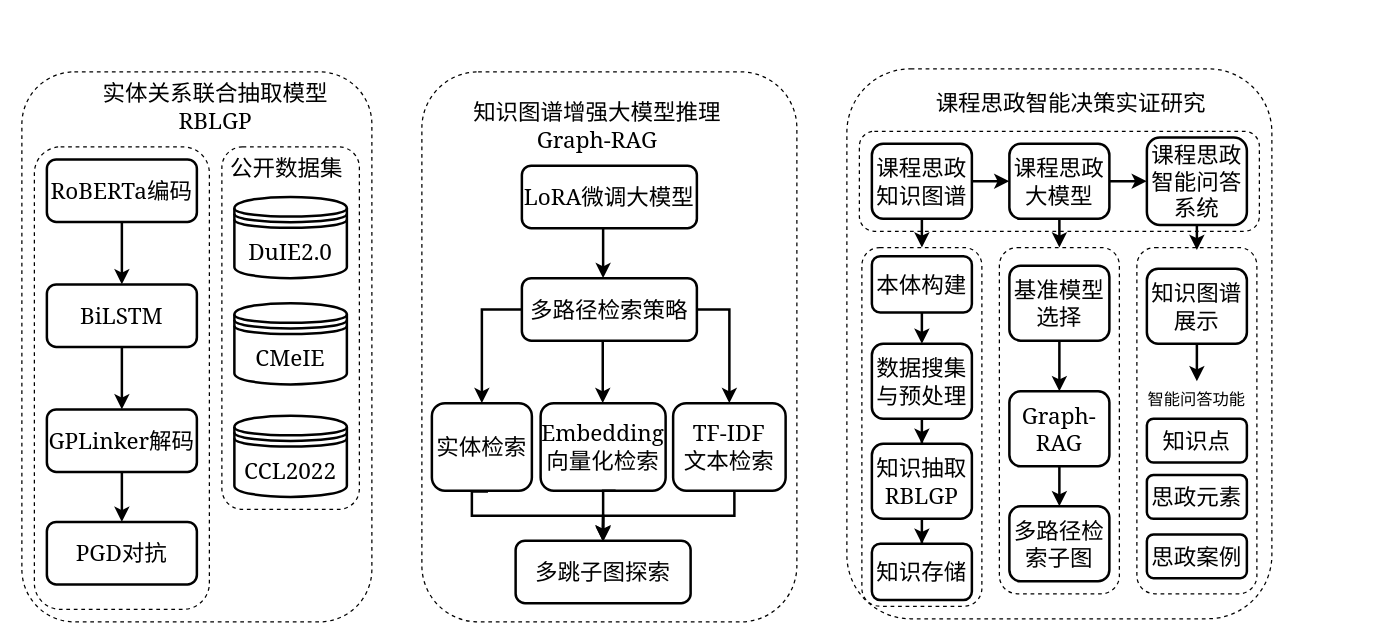
This is “知识图谱+RAG“论文整体技术框架图.drawio from handsome-tony/picture, a draw.io file, before an edit. Source tidied: cells renumbered, new cells numbered last; positions are measured from the earlier drawing's top-left corner, leaving out a move shared by most shapes. Both pictures are drawn from the tidied source at 125%, with x=0, y=0 at pixel (21, 69).
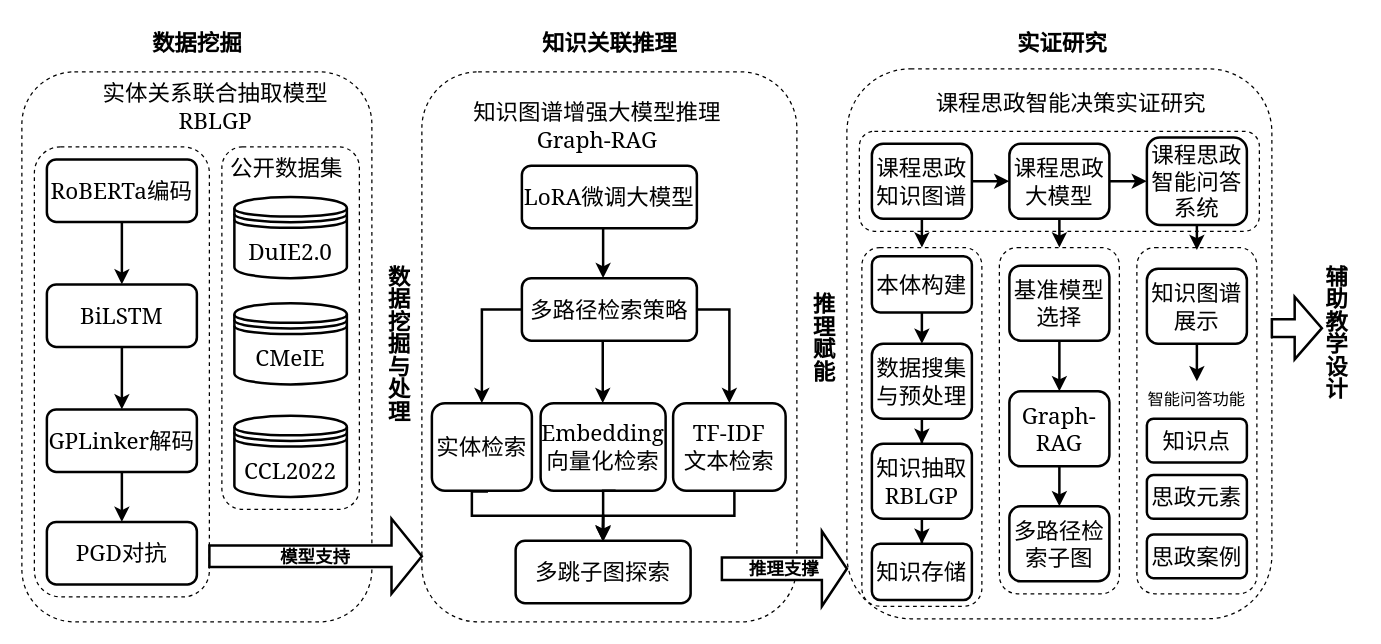
Above is the later version.

Commit message:
更新“知识图谱+RAG“论文整体技术框架图.drawio

The edit, as a diff of the source:
```diff
@@
     <mxCell id="10" style="rounded=1;whiteSpace=wrap;html=1;dashed=1;" parent="1" vertex="1">
-      <mxGeometry x="10" y="62" width="140" height="370" as="geometry" />
+      <mxGeometry x="10" y="62" width="140" height="360" as="geometry" />
     </mxCell>
@@
+    <mxCell id="64" value="&lt;span style=&quot;color: rgb(0, 0, 0); font-family: Georgia; font-size: 18px; font-style: normal; font-variant-ligatures: normal; font-variant-caps: normal; letter-spacing: normal; orphans: 2; text-indent: 0px; text-transform: none; widows: 2; word-spacing: 0px; -webkit-text-stroke-width: 0px; white-space: normal; text-decoration-thickness: initial; text-decoration-style: initial; text-decoration-color: initial; float: none; display: inline !important;&quot;&gt;&lt;b&gt;数据挖掘与处理&lt;/b&gt;&lt;/span&gt;" style="text;whiteSpace=wrap;html=1;align=center;textDirection=vertical-lr;" parent="1" vertex="1">
+      <mxGeometry x="280" y="149.5" width="40" height="140" as="geometry" />
+    </mxCell>
+    <mxCell id="65" value="&lt;span style=&quot;color: rgb(0, 0, 0); font-family: Georgia; font-size: 18px; font-style: normal; font-variant-ligatures: normal; font-variant-caps: normal; letter-spacing: normal; orphans: 2; text-indent: 0px; text-transform: none; widows: 2; word-spacing: 0px; -webkit-text-stroke-width: 0px; white-space: normal; text-decoration-thickness: initial; text-decoration-style: initial; text-decoration-color: initial; float: none; display: inline !important;&quot;&gt;&lt;b&gt;推理赋能&lt;/b&gt;&lt;/span&gt;" style="text;whiteSpace=wrap;html=1;align=center;textDirection=vertical-lr;" parent="1" vertex="1">
+      <mxGeometry x="620" y="172" width="40" height="100" as="geometry" />
+    </mxCell>
+    <mxCell id="66" value="&lt;font face=&quot;Georgia&quot;&gt;&lt;span&gt;&lt;b&gt;模型支持&lt;/b&gt;&lt;/span&gt;&lt;/font&gt;" style="shape=singleArrow;whiteSpace=wrap;html=1;arrowWidth=0.286190359933039;arrowSize=0.1428572454372369;fontStyle=0;fontSize=14;strokeWidth=2;" parent="1" vertex="1">
+      <mxGeometry x="150" y="359.5" width="170" height="60" as="geometry" />
+    </mxCell>
+    <mxCell id="67" value="&lt;font style=&quot;font-size: 14px;&quot;&gt;&lt;b&gt;推理支撑&lt;/b&gt;&lt;/font&gt;" style="shape=singleArrow;whiteSpace=wrap;html=1;strokeWidth=2;" parent="1" vertex="1">
+      <mxGeometry x="560" y="369.5" width="100" height="60" as="geometry" />
+    </mxCell>
+    <mxCell id="68" value="&lt;font face=&quot;Georgia&quot;&gt;&lt;span style=&quot;font-size: 18px;&quot;&gt;&lt;b&gt;辅助教学设计&lt;/b&gt;&lt;/span&gt;&lt;/font&gt;" style="text;whiteSpace=wrap;html=1;align=center;textDirection=vertical-lr;" parent="1" vertex="1">
+      <mxGeometry x="1030" y="149.5" width="40" height="120" as="geometry" />
+    </mxCell>
+    <mxCell id="69" style="shape=singleArrow;whiteSpace=wrap;html=1;arrowWidth=0.2812082448528372;arrowSize=0.5439610423657711;strokeWidth=2;" parent="1" vertex="1">
+      <mxGeometry x="1000" y="182" width="40" height="50" as="geometry" />
+    </mxCell>
+    <mxCell id="70" value="&lt;span style=&quot;color: rgb(0, 0, 0); font-family: Georgia; font-size: 18px; font-style: normal; font-variant-ligatures: normal; font-variant-caps: normal; letter-spacing: normal; orphans: 2; text-indent: 0px; text-transform: none; widows: 2; word-spacing: 0px; -webkit-text-stroke-width: 0px; white-space: normal; text-decoration-thickness: initial; text-decoration-style: initial; text-decoration-color: initial; float: none; display: inline !important;&quot;&gt;&lt;b&gt;数据挖掘&lt;/b&gt;&lt;/span&gt;" style="text;whiteSpace=wrap;html=1;align=center;" parent="1" vertex="1">
+      <mxGeometry x="67.5" y="-38" width="145" height="32.5" as="geometry" />
+    </mxCell>
+    <mxCell id="71" value="&lt;span style=&quot;color: rgb(0, 0, 0); font-family: Georgia; font-size: 18px; font-style: normal; font-variant-ligatures: normal; font-variant-caps: normal; letter-spacing: normal; orphans: 2; text-indent: 0px; text-transform: none; widows: 2; word-spacing: 0px; -webkit-text-stroke-width: 0px; white-space: normal; text-decoration-thickness: initial; text-decoration-style: initial; text-decoration-color: initial; float: none; display: inline !important;&quot;&gt;&lt;b&gt;知识关联推理&lt;/b&gt;&lt;/span&gt;" style="text;whiteSpace=wrap;html=1;align=center;" parent="1" vertex="1">
+      <mxGeometry x="397.5" y="-38" width="145" height="32.5" as="geometry" />
+    </mxCell>
+    <mxCell id="72" value="&lt;span style=&quot;color: rgb(0, 0, 0); font-family: Georgia; font-size: 18px; font-style: normal; font-variant-ligatures: normal; font-variant-caps: normal; letter-spacing: normal; orphans: 2; text-indent: 0px; text-transform: none; widows: 2; word-spacing: 0px; -webkit-text-stroke-width: 0px; white-space: normal; text-decoration-thickness: initial; text-decoration-style: initial; text-decoration-color: initial; float: none; display: inline !important;&quot;&gt;&lt;b&gt;实证研究&lt;/b&gt;&lt;/span&gt;" style="text;whiteSpace=wrap;html=1;align=center;" parent="1" vertex="1">
+      <mxGeometry x="760" y="-38" width="145" height="32.5" as="geometry" />
+    </mxCell>
```
